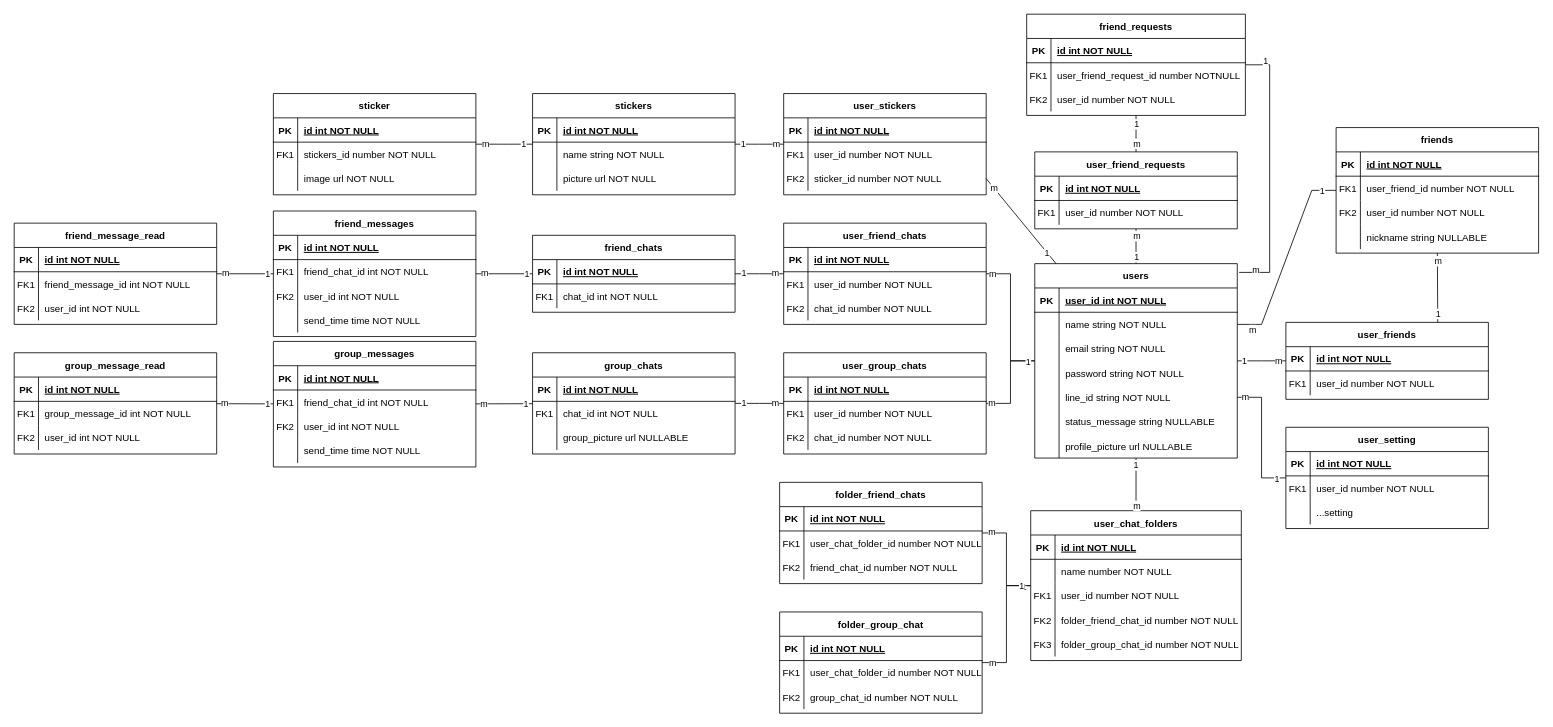
Above: diagram/ER_diagram.drawio in MeowKyWay/LINE-Clone (draw.io), before the change. Source tidied: cells renumbered, new cells numbered last; positions are measured from the earlier drawing's top-left corner, leaving out a move shared by most shapes. Both pictures are drawn from the tidied source at 81%, with x=0, y=0 at pixel (14, 14).
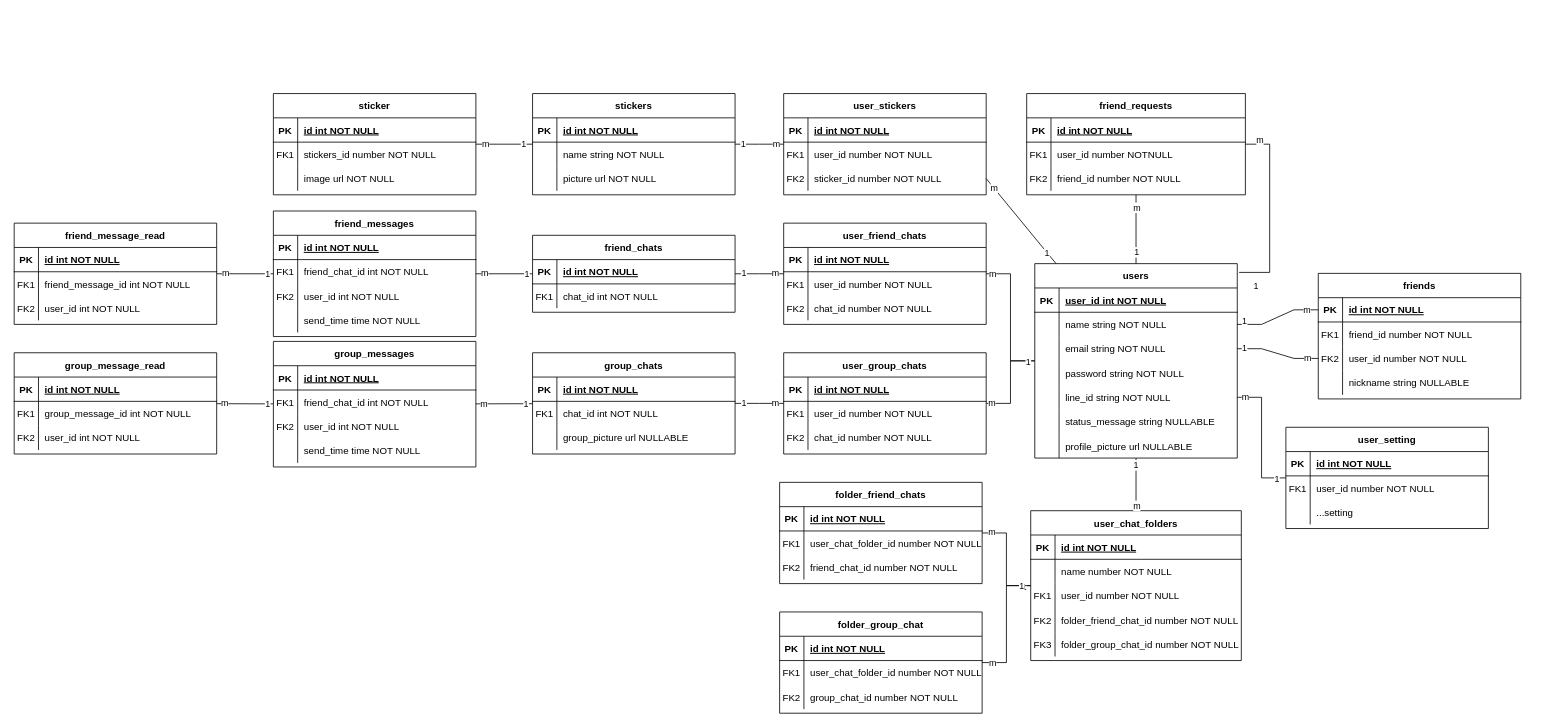
The same diagram, later.

The change refers to these unchanged cells:
```xml
<mxCell id="22" value="users" style="shape=table;startSize=30;childLayout=tableLayout;rowLines=0;fontStyle=1;align=center;" parent="1" vertex="1">
  <mxGeometry x="1260" y="308" width="250" height="240" as="geometry" />
</mxCell>
<mxCell id="26" style="shape=partialRectangle;fillColor=none;points=[[0,0.5],[1,0.5]];portConstraint=eastwest;top=0;left=0;right=0;bottom=0;" parent="22" vertex="1">
  <mxGeometry y="60" width="250" height="30" as="geometry" />
</mxCell>
<mxCell id="29" style="shape=partialRectangle;fillColor=none;points=[[0,0.5],[1,0.5]];portConstraint=eastwest;top=0;left=0;right=0;bottom=0;" parent="22" vertex="1">
  <mxGeometry y="90" width="250" height="30" as="geometry" />
</mxCell>
<mxCell id="112" style="shape=partialRectangle;fillColor=none;points=[[0,0.5],[1,0.5]];portConstraint=eastwest;top=0;left=0;right=0;bottom=1;" parent="111" vertex="1">
  <mxGeometry y="30" width="250" height="30" as="geometry" />
</mxCell>
<mxCell id="115" style="shape=partialRectangle;fillColor=none;top=0;left=0;right=0;bottom=0;" parent="111" vertex="1">
  <mxGeometry y="60" width="250" height="30" as="geometry" />
</mxCell>
<mxCell id="118" style="shape=partialRectangle;fillColor=none;points=[[0,0.5],[1,0.5]];portConstraint=eastwest;top=0;left=0;right=0;bottom=0;" parent="111" vertex="1">
  <mxGeometry y="90" width="250" height="30" as="geometry" />
</mxCell>
<mxCell id="270" style="shape=partialRectangle;fillColor=none;top=0;left=0;right=0;bottom=0;" parent="266" vertex="1">
  <mxGeometry y="60" width="270" height="30" as="geometry" />
</mxCell>
<mxCell id="273" style="shape=partialRectangle;fillColor=none;top=0;left=0;right=0;bottom=0;" parent="266" vertex="1">
  <mxGeometry y="90" width="270" height="30" as="geometry" />
</mxCell>
<mxCell id="279" style="endArrow=none;html=1;rounded=0;edgeStyle=entityRelationEdgeStyle;entryX=1.009;entryY=0.045;entryDx=0;entryDy=0;entryPerimeter=0;" parent="1" edge="1" source="266" target="22">
  <mxGeometry relative="1" as="geometry">
    <Array as="points">
      <mxPoint x="1170" y="538" />
    </Array>
  </mxGeometry>
</mxCell>
```

Change to the diagram source:
```diff
@@
-    <mxCell id="104" value="user_friends" style="shape=table;startSize=30;childLayout=tableLayout;rowLines=0;fontStyle=1;align=center;" parent="1" vertex="1">
-      <mxGeometry x="1570" y="380.5" width="250" height="95" as="geometry" />
-    </mxCell>
-    <mxCell id="105" style="shape=partialRectangle;fillColor=none;top=0;left=0;right=0;bottom=1;" parent="104" vertex="1">
-      <mxGeometry y="30" width="250" height="30" as="geometry" />
-    </mxCell>
-    <mxCell id="106" value="PK" style="shape=partialRectangle;overflow=hidden;fillColor=none;top=0;left=0;bottom=0;right=0;fontStyle=1;" parent="105" vertex="1">
-      <mxGeometry width="30" height="30" as="geometry" />
-    </mxCell>
-    <mxCell id="107" value="id int NOT NULL " style="shape=partialRectangle;overflow=hidden;fillColor=none;top=0;left=0;bottom=0;right=0;align=left;spacingLeft=6;fontStyle=5;" parent="105" vertex="1">
-      <mxGeometry x="30" width="220" height="30" as="geometry" />
-    </mxCell>
-    <mxCell id="108" style="shape=partialRectangle;fillColor=none;top=0;left=0;right=0;bottom=0;" parent="104" vertex="1">
-      <mxGeometry y="60" width="250" height="30" as="geometry" />
-    </mxCell>
-    <mxCell id="109" value="FK1" style="shape=partialRectangle;overflow=hidden;fillColor=none;top=0;left=0;bottom=0;right=0;" parent="108" vertex="1">
-      <mxGeometry width="30" height="30" as="geometry" />
-    </mxCell>
-    <mxCell id="110" value="user_id number NOT NULL" style="shape=partialRectangle;overflow=hidden;fillColor=none;top=0;left=0;bottom=0;right=0;align=left;spacingLeft=6;" parent="108" vertex="1">
-      <mxGeometry x="30" width="220" height="30" as="geometry" />
-    </mxCell>
     <mxCell id="111" value="friends" style="shape=table;startSize=30;childLayout=tableLayout;rowLines=0;fontStyle=1;align=center;" parent="1" vertex="1">
-      <mxGeometry x="1632" y="140" width="250" height="155" as="geometry" />
+      <mxGeometry x="1610" y="320" width="250" height="155" as="geometry" />
     </mxCell>
@@
-    <mxCell id="117" value="user_friend_id number NOT NULL" style="shape=partialRectangle;overflow=hidden;fillColor=none;top=0;left=0;bottom=0;right=0;align=left;spacingLeft=6;" parent="115" vertex="1">
+    <mxCell id="117" value="friend_id number NOT NULL" style="shape=partialRectangle;overflow=hidden;fillColor=none;top=0;left=0;bottom=0;right=0;align=left;spacingLeft=6;" parent="115" vertex="1">
       <mxGeometry x="30" width="220" height="30" as="geometry" />
     </mxCell>
@@
-    <mxCell id="124" style="endArrow=none;html=1;rounded=0;edgeStyle=entityRelationEdgeStyle;entryX=1;entryY=0.5;entryDx=0;entryDy=0;" parent="1" edge="1" source="111" target="26">
+    <mxCell id="124" style="endArrow=none;html=1;rounded=0;edgeStyle=entityRelationEdgeStyle;entryX=0;entryY=0.5;entryDx=0;entryDy=0;" parent="1" edge="1" source="26" target="112">
       <mxGeometry relative="1" as="geometry">
         <Array as="points">
           <mxPoint x="1160" y="528" />
         </Array>
       </mxGeometry>
     </mxCell>
     <mxCell id="125" value="m" style="edgeLabel;html=1;align=center;verticalAlign=middle;" parent="124" vertex="1">
       <mxGeometry x="0.6" y="-3" relative="1" as="geometry">
-        <mxPoint x="-15" y="24" as="offset" />
+        <mxPoint x="6" y="-4" as="offset" />
       </mxGeometry>
     </mxCell>
@@
-    <mxCell id="127" style="endArrow=none;html=1;rounded=0;edgeStyle=entityRelationEdgeStyle;" parent="1" edge="1" source="104" target="22">
-      <mxGeometry relative="1" as="geometry">
-        <Array as="points">
-          <mxPoint x="1170" y="538" />
-        </Array>
-      </mxGeometry>
-    </mxCell>
-    <mxCell id="128" value="1" style="edgeLabel;html=1;align=center;verticalAlign=middle;" parent="127" vertex="1">
-      <mxGeometry x="0.6" y="-3" relative="1" as="geometry">
-        <mxPoint x="-4" y="2" as="offset" />
-      </mxGeometry>
-    </mxCell>
-    <mxCell id="129" value="m" style="edgeLabel;html=1;align=center;verticalAlign=middle;" parent="127" vertex="1">
-      <mxGeometry x="-0.85" y="3" relative="1" as="geometry">
-        <mxPoint x="-5" y="-4" as="offset" />
-      </mxGeometry>
-    </mxCell>
-    <mxCell id="130" style="endArrow=none;html=1;rounded=0;exitX=0.75;exitY=0;exitDx=0;exitDy=0;entryX=0.5;entryY=1;entryDx=0;entryDy=0;" parent="1" edge="1" source="104" target="111">
-      <mxGeometry relative="1" as="geometry" />
-    </mxCell>
-    <mxCell id="131" value="1" style="edgeLabel;html=1;align=center;verticalAlign=middle;" parent="130" vertex="1">
-      <mxGeometry x="-0.74" relative="1" as="geometry" />
-    </mxCell>
-    <mxCell id="132" value="m" style="edgeLabel;html=1;align=center;verticalAlign=middle;" parent="130" vertex="1">
-      <mxGeometry x="0.78" relative="1" as="geometry" />
-    </mxCell>
@@
-    <mxCell id="256" value="user_friend_requests" style="shape=table;startSize=30;childLayout=tableLayout;rowLines=0;fontStyle=1;align=center;" parent="1" vertex="1">
-      <mxGeometry x="1260" y="170" width="250" height="95" as="geometry" />
-    </mxCell>
-    <mxCell id="257" style="shape=partialRectangle;fillColor=none;top=0;left=0;right=0;bottom=1;" parent="256" vertex="1">
-      <mxGeometry y="30" width="250" height="30" as="geometry" />
-    </mxCell>
-    <mxCell id="258" value="PK" style="shape=partialRectangle;overflow=hidden;fillColor=none;top=0;left=0;bottom=0;right=0;fontStyle=1;" parent="257" vertex="1">
-      <mxGeometry width="30" height="30" as="geometry" />
-    </mxCell>
-    <mxCell id="259" value="id int NOT NULL " style="shape=partialRectangle;overflow=hidden;fillColor=none;top=0;left=0;bottom=0;right=0;align=left;spacingLeft=6;fontStyle=5;" parent="257" vertex="1">
-      <mxGeometry x="30" width="220" height="30" as="geometry" />
-    </mxCell>
-    <mxCell id="260" style="shape=partialRectangle;fillColor=none;top=0;left=0;right=0;bottom=0;" parent="256" vertex="1">
-      <mxGeometry y="60" width="250" height="30" as="geometry" />
-    </mxCell>
-    <mxCell id="261" value="FK1" style="shape=partialRectangle;overflow=hidden;fillColor=none;top=0;left=0;bottom=0;right=0;" parent="260" vertex="1">
-      <mxGeometry width="30" height="30" as="geometry" />
-    </mxCell>
-    <mxCell id="262" value="user_id number NOT NULL" style="shape=partialRectangle;overflow=hidden;fillColor=none;top=0;left=0;bottom=0;right=0;align=left;spacingLeft=6;" parent="260" vertex="1">
-      <mxGeometry x="30" width="220" height="30" as="geometry" />
-    </mxCell>
-    <mxCell id="263" style="endArrow=none;html=1;rounded=0;" parent="1" edge="1" source="22" target="256">
-      <mxGeometry relative="1" as="geometry" />
-    </mxCell>
-    <mxCell id="264" value="1" style="edgeLabel;html=1;align=center;verticalAlign=middle;" parent="263" vertex="1">
-      <mxGeometry x="-0.74" relative="1" as="geometry">
-        <mxPoint y="-3" as="offset" />
-      </mxGeometry>
-    </mxCell>
-    <mxCell id="265" value="m" style="edgeLabel;html=1;align=center;verticalAlign=middle;" parent="263" vertex="1">
-      <mxGeometry x="0.78" relative="1" as="geometry">
-        <mxPoint y="3" as="offset" />
-      </mxGeometry>
-    </mxCell>
     <mxCell id="266" value="friend_requests" style="shape=table;startSize=30;childLayout=tableLayout;rowLines=0;fontStyle=1;align=center;" parent="1" vertex="1">
-      <mxGeometry x="1250" width="270" height="125" as="geometry" />
+      <mxGeometry x="1250" y="98" width="270" height="125" as="geometry" />
     </mxCell>
@@
-    <mxCell id="272" value="user_friend_request_id number NOTNULL" style="shape=partialRectangle;overflow=hidden;fillColor=none;top=0;left=0;bottom=0;right=0;align=left;spacingLeft=6;" parent="270" vertex="1">
+    <mxCell id="272" value="user_id number NOTNULL" style="shape=partialRectangle;overflow=hidden;fillColor=none;top=0;left=0;bottom=0;right=0;align=left;spacingLeft=6;" parent="270" vertex="1">
       <mxGeometry x="30" width="240" height="30" as="geometry" />
     </mxCell>
@@
-    <mxCell id="275" value="user_id number NOT NULL" style="shape=partialRectangle;overflow=hidden;fillColor=none;top=0;left=0;bottom=0;right=0;align=left;spacingLeft=6;" parent="273" vertex="1">
+    <mxCell id="275" value="friend_id number NOT NULL" style="shape=partialRectangle;overflow=hidden;fillColor=none;top=0;left=0;bottom=0;right=0;align=left;spacingLeft=6;" parent="273" vertex="1">
       <mxGeometry x="30" width="240" height="30" as="geometry" />
     </mxCell>
-    <mxCell id="276" style="endArrow=none;html=1;rounded=0;" parent="1" edge="1" source="266" target="256">
+    <mxCell id="276" style="endArrow=none;html=1;rounded=0;" parent="1" edge="1" source="266" target="22">
       <mxGeometry relative="1" as="geometry" />
     </mxCell>
-    <mxCell id="277" value="1" style="edgeLabel;html=1;align=center;verticalAlign=middle;" parent="276" vertex="1">
+    <mxCell id="277" value="m" style="edgeLabel;html=1;align=center;verticalAlign=middle;" parent="276" vertex="1">
       <mxGeometry x="-0.74" relative="1" as="geometry">
         <mxPoint y="4" as="offset" />
       </mxGeometry>
     </mxCell>
-    <mxCell id="278" value="m" style="edgeLabel;html=1;align=center;verticalAlign=middle;" parent="276" vertex="1">
+    <mxCell id="278" value="1" style="edgeLabel;html=1;align=center;verticalAlign=middle;" parent="276" vertex="1">
       <mxGeometry x="0.78" relative="1" as="geometry">
         <mxPoint y="-6" as="offset" />
       </mxGeometry>
     </mxCell>
@@
-    <mxCell id="280" value="m" style="edgeLabel;html=1;align=center;verticalAlign=middle;" parent="279" vertex="1">
+    <mxCell id="280" value="1" style="edgeLabel;html=1;align=center;verticalAlign=middle;" parent="279" vertex="1">
       <mxGeometry x="0.6" y="-3" relative="1" as="geometry">
         <mxPoint x="-15" y="24" as="offset" />
       </mxGeometry>
     </mxCell>
-    <mxCell id="281" value="1" style="edgeLabel;html=1;align=center;verticalAlign=middle;" parent="279" vertex="1">
+    <mxCell id="281" value="m" style="edgeLabel;html=1;align=center;verticalAlign=middle;" parent="279" vertex="1">
       <mxGeometry x="-0.85" y="3" relative="1" as="geometry">
         <mxPoint y="-2" as="offset" />
       </mxGeometry>
     </mxCell>
+    <mxCell id="282" style="endArrow=none;html=1;rounded=0;edgeStyle=entityRelationEdgeStyle;entryX=0;entryY=0.5;entryDx=0;entryDy=0;exitX=1;exitY=0.5;exitDx=0;exitDy=0;" parent="1" edge="1" source="29" target="118">
+      <mxGeometry relative="1" as="geometry">
+        <Array as="points">
+          <mxPoint x="1260" y="383" />
+        </Array>
+      </mxGeometry>
+    </mxCell>
+    <mxCell id="283" value="m" style="edgeLabel;html=1;align=center;verticalAlign=middle;" parent="282" vertex="1">
+      <mxGeometry x="0.6" y="-3" relative="1" as="geometry">
+        <mxPoint x="7" y="-4" as="offset" />
+      </mxGeometry>
+    </mxCell>
+    <mxCell id="284" value="1" style="edgeLabel;html=1;align=center;verticalAlign=middle;" parent="282" vertex="1">
+      <mxGeometry x="-0.85" y="3" relative="1" as="geometry">
+        <mxPoint y="1" as="offset" />
+      </mxGeometry>
+    </mxCell>
```
